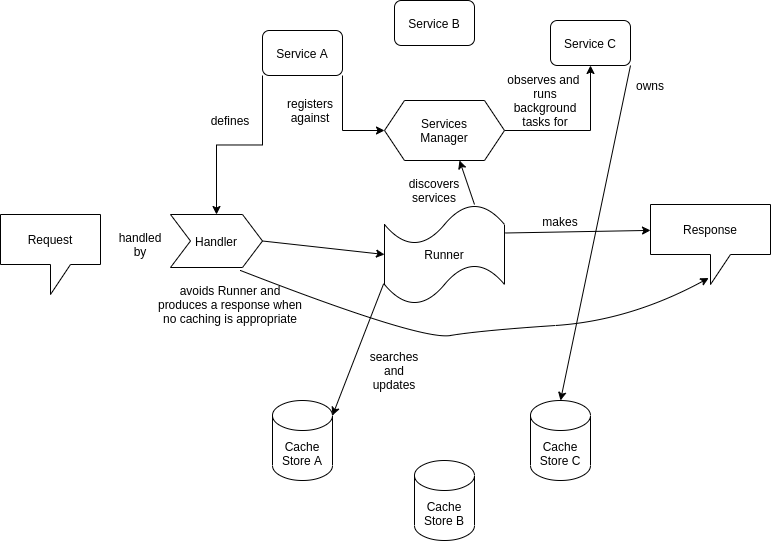
openSUSE/defrag-api keeps this draw.io diagram as services.png. Above is the earlier version. Source tidied: cells renumbered, new cells last; positions are measured from the earlier drawing's top-left corner, leaving out a move shared by most shapes. Source of this version:
```xml
<mxGraphModel>
  <root>
    <mxCell id="0" />
    <mxCell id="1" parent="0" />
    <mxCell id="2" style="edgeStyle=orthogonalEdgeStyle;rounded=0;jettySize=auto;html=1;exitX=1;exitY=0.5;exitDx=0;exitDy=0;" parent="1" edge="1" source="3" target="11">
      <mxGeometry relative="1" as="geometry" />
    </mxCell>
    <mxCell id="3" value="Services&lt;br&gt;Manager" style="shape=hexagon;perimeter=hexagonPerimeter2;whiteSpace=wrap;html=1;fixedSize=1;" parent="1" vertex="1">
      <mxGeometry x="384" y="100" width="120" height="60" as="geometry" />
    </mxCell>
    <mxCell id="4" style="edgeStyle=orthogonalEdgeStyle;rounded=0;jettySize=auto;html=1;exitX=0;exitY=1;exitDx=0;exitDy=0;entryX=0.5;entryY=0;entryDx=0;entryDy=0;" parent="1" edge="1" source="6" target="14">
      <mxGeometry relative="1" as="geometry" />
    </mxCell>
    <mxCell id="5" style="edgeStyle=orthogonalEdgeStyle;rounded=0;jettySize=auto;html=1;exitX=1;exitY=1;exitDx=0;exitDy=0;entryX=0;entryY=0.5;entryDx=0;entryDy=0;" parent="1" edge="1" source="6" target="3">
      <mxGeometry relative="1" as="geometry" />
    </mxCell>
    <mxCell id="6" value="Service A" style="rounded=1;whiteSpace=wrap;html=1;" parent="1" vertex="1">
      <mxGeometry x="262" y="30" width="80" height="45" as="geometry" />
    </mxCell>
    <mxCell id="7" value="Cache Store A" style="shape=cylinder3;whiteSpace=wrap;html=1;boundedLbl=1;backgroundOutline=1;size=15;" parent="1" vertex="1">
      <mxGeometry x="272" y="400" width="60" height="80" as="geometry" />
    </mxCell>
    <mxCell id="8" value="Response" style="shape=callout;whiteSpace=wrap;html=1;perimeter=calloutPerimeter;" parent="1" vertex="1">
      <mxGeometry x="650" y="204" width="120" height="80" as="geometry" />
    </mxCell>
    <mxCell id="9" value="Request" style="shape=callout;whiteSpace=wrap;html=1;perimeter=calloutPerimeter;" parent="1" vertex="1">
      <mxGeometry y="214" width="100" height="80" as="geometry" />
    </mxCell>
    <mxCell id="10" value="Service B" style="rounded=1;whiteSpace=wrap;html=1;" parent="1" vertex="1">
      <mxGeometry x="394" width="80" height="45" as="geometry" />
    </mxCell>
    <mxCell id="11" value="Service C" style="rounded=1;whiteSpace=wrap;html=1;" parent="1" vertex="1">
      <mxGeometry x="550" y="20" width="80" height="45" as="geometry" />
    </mxCell>
    <mxCell id="12" value="Cache Store B" style="shape=cylinder3;whiteSpace=wrap;html=1;boundedLbl=1;backgroundOutline=1;size=15;" parent="1" vertex="1">
      <mxGeometry x="414" y="460" width="60" height="80" as="geometry" />
    </mxCell>
    <mxCell id="13" value="Cache Store C" style="shape=cylinder3;whiteSpace=wrap;html=1;boundedLbl=1;backgroundOutline=1;size=15;" parent="1" vertex="1">
      <mxGeometry x="530" y="400" width="60" height="80" as="geometry" />
    </mxCell>
    <mxCell id="14" value="Handler" style="shape=step;perimeter=stepPerimeter;whiteSpace=wrap;html=1;fixedSize=1;" parent="1" vertex="1">
      <mxGeometry x="170" y="214" width="92" height="53" as="geometry" />
    </mxCell>
    <mxCell id="15" value="defines" style="text;html=1;strokeColor=none;fillColor=none;align=center;verticalAlign=middle;whiteSpace=wrap;rounded=0;" parent="1" vertex="1">
      <mxGeometry x="210" y="110" width="40" height="20" as="geometry" />
    </mxCell>
    <mxCell id="16" value="handled by" style="text;html=1;strokeColor=none;fillColor=none;align=center;verticalAlign=middle;whiteSpace=wrap;rounded=0;" parent="1" vertex="1">
      <mxGeometry x="120" y="234" width="40" height="20" as="geometry" />
    </mxCell>
    <mxCell id="17" style="curved=1;endArrow=classic;html=1;entryX=0.485;entryY=0.919;entryDx=0;entryDy=0;entryPerimeter=0;" parent="1" edge="1" target="8">
      <mxGeometry relative="1" as="geometry">
        <mxPoint x="240" y="270" as="sourcePoint" />
        <Array as="points">
          <mxPoint x="420" y="340" />
          <mxPoint x="480" y="330" />
          <mxPoint x="630" y="320" />
        </Array>
      </mxGeometry>
    </mxCell>
    <mxCell id="18" value="avoids Runner and produces a response when no caching is appropriate" style="text;html=1;strokeColor=none;fillColor=none;align=center;verticalAlign=middle;whiteSpace=wrap;rounded=0;" parent="1" vertex="1">
      <mxGeometry x="153" y="294" width="154" height="20" as="geometry" />
    </mxCell>
    <mxCell id="19" style="endArrow=classic;html=1;exitX=1;exitY=0.5;exitDx=0;exitDy=0;entryX=0;entryY=0.5;entryDx=0;entryDy=0;entryPerimeter=0;" parent="1" edge="1" source="14" target="20">
      <mxGeometry relative="1" as="geometry" />
    </mxCell>
    <mxCell id="20" value="Runner" style="shape=tape;whiteSpace=wrap;html=1;" parent="1" vertex="1">
      <mxGeometry x="384" y="204" width="120" height="100" as="geometry" />
    </mxCell>
    <mxCell id="21" style="endArrow=classic;html=1;exitX=0.75;exitY=0;exitDx=0;exitDy=0;exitPerimeter=0;entryX=0.625;entryY=1;entryDx=0;entryDy=0;" parent="1" edge="1" source="20" target="3">
      <mxGeometry relative="1" as="geometry" />
    </mxCell>
    <mxCell id="22" value="discovers services" style="text;html=1;strokeColor=none;fillColor=none;align=center;verticalAlign=middle;whiteSpace=wrap;rounded=0;" parent="1" vertex="1">
      <mxGeometry x="414" y="180" width="40" height="20" as="geometry" />
    </mxCell>
    <mxCell id="23" style="endArrow=classic;html=1;exitX=-0.007;exitY=0.792;exitDx=0;exitDy=0;exitPerimeter=0;entryX=1;entryY=0;entryDx=0;entryDy=15;entryPerimeter=0;" parent="1" edge="1" source="20" target="7">
      <mxGeometry relative="1" as="geometry" />
    </mxCell>
    <mxCell id="24" value="registers against&lt;br&gt;" style="text;html=1;strokeColor=none;fillColor=none;align=center;verticalAlign=middle;whiteSpace=wrap;rounded=0;" parent="1" vertex="1">
      <mxGeometry x="290" y="100" width="40" height="20" as="geometry" />
    </mxCell>
    <mxCell id="25" value="searches and updates" style="text;html=1;strokeColor=none;fillColor=none;align=center;verticalAlign=middle;whiteSpace=wrap;rounded=0;" parent="1" vertex="1">
      <mxGeometry x="374" y="360" width="40" height="20" as="geometry" />
    </mxCell>
    <mxCell id="26" style="endArrow=classic;html=1;exitX=1.006;exitY=0.285;exitDx=0;exitDy=0;exitPerimeter=0;" parent="1" edge="1" source="20" target="8">
      <mxGeometry relative="1" as="geometry" />
    </mxCell>
    <mxCell id="27" value="makes" style="text;html=1;strokeColor=none;fillColor=none;align=center;verticalAlign=middle;whiteSpace=wrap;rounded=0;" parent="1" vertex="1">
      <mxGeometry x="540" y="211" width="40" height="20" as="geometry" />
    </mxCell>
    <mxCell id="28" value="observes and &lt;br&gt;runs background tasks for" style="text;html=1;strokeColor=none;fillColor=none;align=center;verticalAlign=middle;whiteSpace=wrap;rounded=0;" parent="1" vertex="1">
      <mxGeometry x="500" y="90" width="90" height="20" as="geometry" />
    </mxCell>
    <mxCell id="29" value="owns" style="text;html=1;strokeColor=none;fillColor=none;align=center;verticalAlign=middle;whiteSpace=wrap;rounded=0;" parent="1" vertex="1">
      <mxGeometry x="630" y="75" width="40" height="20" as="geometry" />
    </mxCell>
    <mxCell id="30" style="endArrow=classic;html=1;exitX=1;exitY=1;exitDx=0;exitDy=0;entryX=0.5;entryY=0;entryDx=0;entryDy=0;entryPerimeter=0;" parent="1" edge="1" source="11" target="13">
      <mxGeometry relative="1" as="geometry" />
    </mxCell>
  </root>
</mxGraphModel>
```
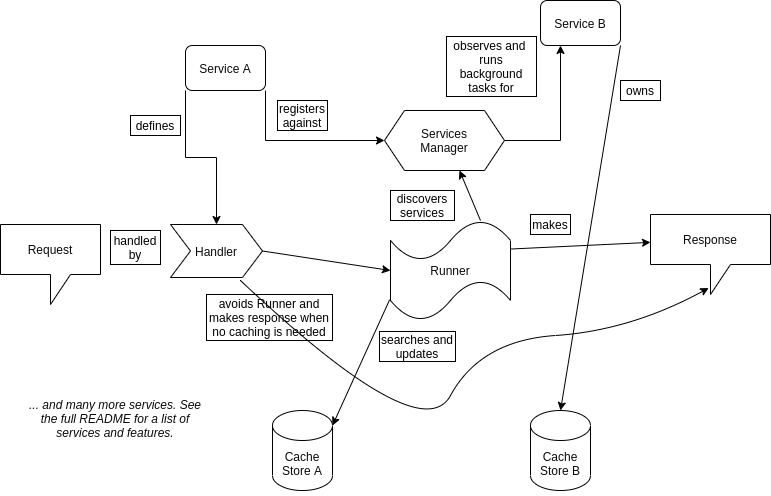
The same diagram one commit later.

Commit message:
-fixed graphs not rendering on GiHub's dark theme because of transparent background

Diff of the diagram source:
```diff
@@ -1,100 +1,97 @@
-<mxGraphModel>
+<mxGraphModel background="#FFFFFF">
   <root>
     <mxCell id="0" />
     <mxCell id="1" parent="0" />
-    <mxCell id="2" style="edgeStyle=orthogonalEdgeStyle;rounded=0;jettySize=auto;html=1;exitX=1;exitY=0.5;exitDx=0;exitDy=0;" parent="1" edge="1" source="3" target="11">
+    <mxCell id="2" style="edgeStyle=orthogonalEdgeStyle;rounded=0;jettySize=auto;html=1;exitX=1;exitY=0.5;exitDx=0;exitDy=0;strokeColor=#000000;fontColor=#000000;entryX=0.25;entryY=1;entryDx=0;entryDy=0;" parent="1" edge="1" source="3" target="11">
       <mxGeometry relative="1" as="geometry" />
     </mxCell>
-    <mxCell id="3" value="Services&lt;br&gt;Manager" style="shape=hexagon;perimeter=hexagonPerimeter2;whiteSpace=wrap;html=1;fixedSize=1;" parent="1" vertex="1">
+    <mxCell id="3" value="Services&lt;br&gt;Manager" style="shape=hexagon;perimeter=hexagonPerimeter2;whiteSpace=wrap;html=1;fixedSize=1;strokeColor=#000000;fontColor=#0A0A0A;" parent="1" vertex="1">
       <mxGeometry x="384" y="100" width="120" height="60" as="geometry" />
     </mxCell>
-    <mxCell id="4" style="edgeStyle=orthogonalEdgeStyle;rounded=0;jettySize=auto;html=1;exitX=0;exitY=1;exitDx=0;exitDy=0;entryX=0.5;entryY=0;entryDx=0;entryDy=0;" parent="1" edge="1" source="6" target="14">
+    <mxCell id="4" style="edgeStyle=orthogonalEdgeStyle;rounded=0;jettySize=auto;html=1;exitX=0;exitY=1;exitDx=0;exitDy=0;entryX=0.5;entryY=0;entryDx=0;entryDy=0;strokeColor=#000000;fontColor=#000000;" parent="1" edge="1" source="6" target="14">
       <mxGeometry relative="1" as="geometry" />
     </mxCell>
-    <mxCell id="5" style="edgeStyle=orthogonalEdgeStyle;rounded=0;jettySize=auto;html=1;exitX=1;exitY=1;exitDx=0;exitDy=0;entryX=0;entryY=0.5;entryDx=0;entryDy=0;" parent="1" edge="1" source="6" target="3">
+    <mxCell id="5" style="edgeStyle=orthogonalEdgeStyle;rounded=0;jettySize=auto;html=1;exitX=1;exitY=1;exitDx=0;exitDy=0;entryX=0;entryY=0.5;entryDx=0;entryDy=0;strokeColor=#000000;fontColor=#000000;" parent="1" edge="1" source="6" target="3">
       <mxGeometry relative="1" as="geometry" />
     </mxCell>
-    <mxCell id="6" value="Service A" style="rounded=1;whiteSpace=wrap;html=1;" parent="1" vertex="1">
-      <mxGeometry x="262" y="30" width="80" height="45" as="geometry" />
+    <mxCell id="6" value="Service A" style="rounded=1;whiteSpace=wrap;html=1;strokeColor=#000000;fontColor=#0A0A0A;" parent="1" vertex="1">
+      <mxGeometry x="185" y="35" width="80" height="45" as="geometry" />
     </mxCell>
-    <mxCell id="7" value="Cache Store A" style="shape=cylinder3;whiteSpace=wrap;html=1;boundedLbl=1;backgroundOutline=1;size=15;" parent="1" vertex="1">
+    <mxCell id="7" value="Cache Store A" style="shape=cylinder3;whiteSpace=wrap;html=1;boundedLbl=1;backgroundOutline=1;size=15;strokeColor=#000000;fontColor=#0A0A0A;" parent="1" vertex="1">
       <mxGeometry x="272" y="400" width="60" height="80" as="geometry" />
     </mxCell>
-    <mxCell id="8" value="Response" style="shape=callout;whiteSpace=wrap;html=1;perimeter=calloutPerimeter;" parent="1" vertex="1">
+    <mxCell id="8" value="Response" style="shape=callout;whiteSpace=wrap;html=1;perimeter=calloutPerimeter;strokeColor=#000000;fontColor=#0A0A0A;" parent="1" vertex="1">
       <mxGeometry x="650" y="204" width="120" height="80" as="geometry" />
     </mxCell>
-    <mxCell id="9" value="Request" style="shape=callout;whiteSpace=wrap;html=1;perimeter=calloutPerimeter;" parent="1" vertex="1">
+    <mxCell id="9" value="Request" style="shape=callout;whiteSpace=wrap;html=1;perimeter=calloutPerimeter;strokeColor=#000000;fontColor=#0A0A0A;" parent="1" vertex="1">
       <mxGeometry y="214" width="100" height="80" as="geometry" />
     </mxCell>
-    <mxCell id="10" value="Service B" style="rounded=1;whiteSpace=wrap;html=1;" parent="1" vertex="1">
-      <mxGeometry x="394" width="80" height="45" as="geometry" />
-    </mxCell>
-    <mxCell id="11" value="Service C" style="rounded=1;whiteSpace=wrap;html=1;" parent="1" vertex="1">
-      <mxGeometry x="550" y="20" width="80" height="45" as="geometry" />
+    <mxCell id="11" value="Service B" style="rounded=1;whiteSpace=wrap;html=1;strokeColor=#000000;fontColor=#0A0A0A;" parent="1" vertex="1">
+      <mxGeometry x="540" y="-10" width="80" height="45" as="geometry" />
     </mxCell>
-    <mxCell id="12" value="Cache Store B" style="shape=cylinder3;whiteSpace=wrap;html=1;boundedLbl=1;backgroundOutline=1;size=15;" parent="1" vertex="1">
-      <mxGeometry x="414" y="460" width="60" height="80" as="geometry" />
-    </mxCell>
-    <mxCell id="13" value="Cache Store C" style="shape=cylinder3;whiteSpace=wrap;html=1;boundedLbl=1;backgroundOutline=1;size=15;" parent="1" vertex="1">
+    <mxCell id="13" value="Cache Store B" style="shape=cylinder3;whiteSpace=wrap;html=1;boundedLbl=1;backgroundOutline=1;size=15;strokeColor=#000000;fontColor=#0A0A0A;" parent="1" vertex="1">
       <mxGeometry x="530" y="400" width="60" height="80" as="geometry" />
     </mxCell>
-    <mxCell id="14" value="Handler" style="shape=step;perimeter=stepPerimeter;whiteSpace=wrap;html=1;fixedSize=1;" parent="1" vertex="1">
+    <mxCell id="14" value="Handler" style="shape=step;perimeter=stepPerimeter;whiteSpace=wrap;html=1;fixedSize=1;strokeColor=#000000;fontColor=#0A0A0A;" parent="1" vertex="1">
       <mxGeometry x="170" y="214" width="92" height="53" as="geometry" />
     </mxCell>
-    <mxCell id="15" value="defines" style="text;html=1;strokeColor=none;fillColor=none;align=center;verticalAlign=middle;whiteSpace=wrap;rounded=0;" parent="1" vertex="1">
-      <mxGeometry x="210" y="110" width="40" height="20" as="geometry" />
+    <mxCell id="15" value="defines" style="text;html=1;align=center;verticalAlign=middle;whiteSpace=wrap;rounded=0;strokeColor=#000000;fontColor=#000000;" parent="1" vertex="1">
+      <mxGeometry x="130" y="105" width="50" height="20" as="geometry" />
     </mxCell>
-    <mxCell id="16" value="handled by" style="text;html=1;strokeColor=none;fillColor=none;align=center;verticalAlign=middle;whiteSpace=wrap;rounded=0;" parent="1" vertex="1">
-      <mxGeometry x="120" y="234" width="40" height="20" as="geometry" />
+    <mxCell id="16" value="handled by" style="text;html=1;align=center;verticalAlign=middle;whiteSpace=wrap;rounded=0;strokeColor=#000000;fontColor=#000000;" parent="1" vertex="1">
+      <mxGeometry x="110" y="220" width="50" height="34" as="geometry" />
     </mxCell>
-    <mxCell id="17" style="curved=1;endArrow=classic;html=1;entryX=0.485;entryY=0.919;entryDx=0;entryDy=0;entryPerimeter=0;" parent="1" edge="1" target="8">
+    <mxCell id="17" style="curved=1;endArrow=classic;html=1;entryX=0.485;entryY=0.919;entryDx=0;entryDy=0;entryPerimeter=0;strokeColor=#000000;fontColor=#000000;" parent="1" edge="1" target="8">
       <mxGeometry relative="1" as="geometry">
         <mxPoint x="240" y="270" as="sourcePoint" />
         <Array as="points">
-          <mxPoint x="420" y="340" />
+          <mxPoint x="420" y="440" />
           <mxPoint x="480" y="330" />
           <mxPoint x="630" y="320" />
         </Array>
       </mxGeometry>
     </mxCell>
-    <mxCell id="18" value="avoids Runner and produces a response when no caching is appropriate" style="text;html=1;strokeColor=none;fillColor=none;align=center;verticalAlign=middle;whiteSpace=wrap;rounded=0;" parent="1" vertex="1">
-      <mxGeometry x="153" y="294" width="154" height="20" as="geometry" />
+    <mxCell id="18" value="avoids Runner and makes response when no caching is needed" style="text;html=1;align=center;verticalAlign=middle;whiteSpace=wrap;rounded=0;strokeColor=#000000;fontColor=#000000;" parent="1" vertex="1">
+      <mxGeometry x="206" y="284" width="126" height="46" as="geometry" />
     </mxCell>
-    <mxCell id="19" style="endArrow=classic;html=1;exitX=1;exitY=0.5;exitDx=0;exitDy=0;entryX=0;entryY=0.5;entryDx=0;entryDy=0;entryPerimeter=0;" parent="1" edge="1" source="14" target="20">
+    <mxCell id="19" style="endArrow=classic;html=1;exitX=1;exitY=0.5;exitDx=0;exitDy=0;entryX=0;entryY=0.5;entryDx=0;entryDy=0;entryPerimeter=0;strokeColor=#000000;fontColor=#000000;" parent="1" edge="1" source="14" target="20">
       <mxGeometry relative="1" as="geometry" />
     </mxCell>
-    <mxCell id="20" value="Runner" style="shape=tape;whiteSpace=wrap;html=1;" parent="1" vertex="1">
-      <mxGeometry x="384" y="204" width="120" height="100" as="geometry" />
+    <mxCell id="20" value="Runner" style="shape=tape;whiteSpace=wrap;html=1;strokeColor=#000000;fontColor=#0A0A0A;" parent="1" vertex="1">
+      <mxGeometry x="390" y="210" width="120" height="100" as="geometry" />
     </mxCell>
-    <mxCell id="21" style="endArrow=classic;html=1;exitX=0.75;exitY=0;exitDx=0;exitDy=0;exitPerimeter=0;entryX=0.625;entryY=1;entryDx=0;entryDy=0;" parent="1" edge="1" source="20" target="3">
+    <mxCell id="21" style="endArrow=classic;html=1;exitX=0.75;exitY=0;exitDx=0;exitDy=0;exitPerimeter=0;entryX=0.625;entryY=1;entryDx=0;entryDy=0;strokeColor=#000000;fontColor=#000000;" parent="1" edge="1" source="20" target="3">
       <mxGeometry relative="1" as="geometry" />
     </mxCell>
-    <mxCell id="22" value="discovers services" style="text;html=1;strokeColor=none;fillColor=none;align=center;verticalAlign=middle;whiteSpace=wrap;rounded=0;" parent="1" vertex="1">
-      <mxGeometry x="414" y="180" width="40" height="20" as="geometry" />
+    <mxCell id="22" value="discovers services" style="text;html=1;align=center;verticalAlign=middle;whiteSpace=wrap;rounded=0;strokeColor=#000000;fontColor=#000000;" parent="1" vertex="1">
+      <mxGeometry x="390" y="180" width="64" height="30" as="geometry" />
     </mxCell>
-    <mxCell id="23" style="endArrow=classic;html=1;exitX=-0.007;exitY=0.792;exitDx=0;exitDy=0;exitPerimeter=0;entryX=1;entryY=0;entryDx=0;entryDy=15;entryPerimeter=0;" parent="1" edge="1" source="20" target="7">
+    <mxCell id="23" style="endArrow=classic;html=1;exitX=-0.007;exitY=0.792;exitDx=0;exitDy=0;exitPerimeter=0;entryX=1;entryY=0;entryDx=0;entryDy=15;entryPerimeter=0;strokeColor=#000000;fontColor=#000000;" parent="1" edge="1" source="20" target="7">
       <mxGeometry relative="1" as="geometry" />
     </mxCell>
-    <mxCell id="24" value="registers against&lt;br&gt;" style="text;html=1;strokeColor=none;fillColor=none;align=center;verticalAlign=middle;whiteSpace=wrap;rounded=0;" parent="1" vertex="1">
-      <mxGeometry x="290" y="100" width="40" height="20" as="geometry" />
+    <mxCell id="24" value="registers against&lt;br&gt;" style="text;html=1;align=center;verticalAlign=middle;whiteSpace=wrap;rounded=0;strokeColor=#000000;fontColor=#000000;" parent="1" vertex="1">
+      <mxGeometry x="277" y="90" width="50" height="30" as="geometry" />
     </mxCell>
-    <mxCell id="25" value="searches and updates" style="text;html=1;strokeColor=none;fillColor=none;align=center;verticalAlign=middle;whiteSpace=wrap;rounded=0;" parent="1" vertex="1">
-      <mxGeometry x="374" y="360" width="40" height="20" as="geometry" />
+    <mxCell id="25" value="searches and updates" style="text;html=1;align=center;verticalAlign=middle;whiteSpace=wrap;rounded=0;strokeColor=#000000;fontColor=#000000;" parent="1" vertex="1">
+      <mxGeometry x="379" y="321" width="76" height="30" as="geometry" />
     </mxCell>
-    <mxCell id="26" style="endArrow=classic;html=1;exitX=1.006;exitY=0.285;exitDx=0;exitDy=0;exitPerimeter=0;" parent="1" edge="1" source="20" target="8">
+    <mxCell id="26" style="endArrow=classic;html=1;exitX=1.006;exitY=0.285;exitDx=0;exitDy=0;exitPerimeter=0;strokeColor=#000000;fontColor=#000000;" parent="1" edge="1" source="20" target="8">
       <mxGeometry relative="1" as="geometry" />
     </mxCell>
-    <mxCell id="27" value="makes" style="text;html=1;strokeColor=none;fillColor=none;align=center;verticalAlign=middle;whiteSpace=wrap;rounded=0;" parent="1" vertex="1">
-      <mxGeometry x="540" y="211" width="40" height="20" as="geometry" />
+    <mxCell id="27" value="makes" style="text;html=1;align=center;verticalAlign=middle;whiteSpace=wrap;rounded=0;strokeColor=#000000;fontColor=#000000;" parent="1" vertex="1">
+      <mxGeometry x="530" y="204" width="40" height="20" as="geometry" />
     </mxCell>
-    <mxCell id="28" value="observes and &lt;br&gt;runs background tasks for" style="text;html=1;strokeColor=none;fillColor=none;align=center;verticalAlign=middle;whiteSpace=wrap;rounded=0;" parent="1" vertex="1">
-      <mxGeometry x="500" y="90" width="90" height="20" as="geometry" />
+    <mxCell id="28" value="observes and &lt;br&gt;runs background tasks for" style="text;html=1;align=center;verticalAlign=middle;whiteSpace=wrap;rounded=0;strokeColor=#000000;fontColor=#000000;" parent="1" vertex="1">
+      <mxGeometry x="446" y="26" width="90" height="60" as="geometry" />
     </mxCell>
-    <mxCell id="29" value="owns" style="text;html=1;strokeColor=none;fillColor=none;align=center;verticalAlign=middle;whiteSpace=wrap;rounded=0;" parent="1" vertex="1">
-      <mxGeometry x="630" y="75" width="40" height="20" as="geometry" />
+    <mxCell id="29" value="owns" style="text;html=1;align=center;verticalAlign=middle;whiteSpace=wrap;rounded=0;strokeColor=#000000;fontColor=#000000;" parent="1" vertex="1">
+      <mxGeometry x="620" y="70" width="40" height="20" as="geometry" />
     </mxCell>
-    <mxCell id="30" style="endArrow=classic;html=1;exitX=1;exitY=1;exitDx=0;exitDy=0;entryX=0.5;entryY=0;entryDx=0;entryDy=0;entryPerimeter=0;" parent="1" edge="1" source="11" target="13">
+    <mxCell id="30" style="endArrow=classic;html=1;exitX=1;exitY=1;exitDx=0;exitDy=0;entryX=0.5;entryY=0;entryDx=0;entryDy=0;entryPerimeter=0;strokeColor=#000000;fontColor=#000000;" parent="1" edge="1" source="11" target="13">
       <mxGeometry relative="1" as="geometry" />
     </mxCell>
+    <mxCell id="31" value="&lt;i&gt;... and many more services. See the full README for a list of services and features.&lt;/i&gt;" style="text;html=1;strokeColor=none;fillColor=none;align=center;verticalAlign=middle;whiteSpace=wrap;rounded=0;fontColor=#0A0A0A;" parent="1" vertex="1">
+      <mxGeometry x="20" y="330" width="190" height="155" as="geometry" />
+    </mxCell>
   </root>
 </mxGraphModel>
```
